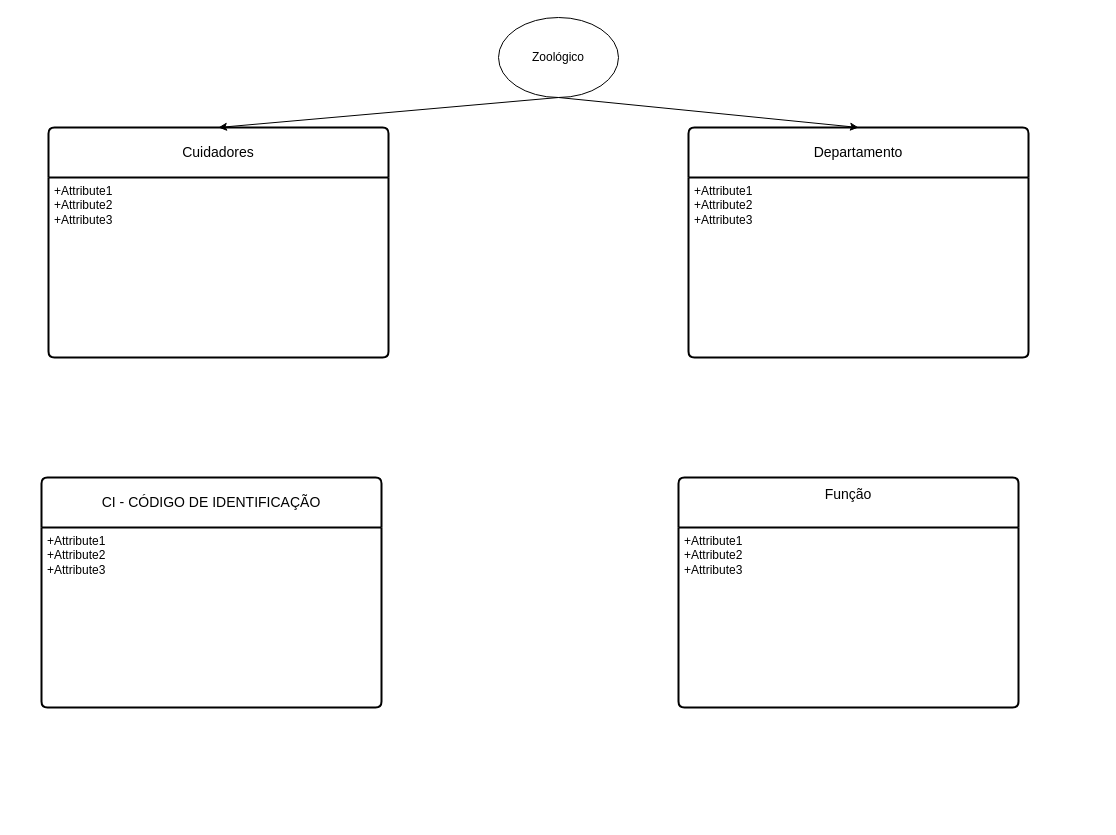
Above: ENIAC-Portifolio.drawio in KaH3050/projeto-faculdade (draw.io), before the change. Source tidied: cells renumbered, new cells numbered last; positions are measured from the earlier drawing's top-left corner, leaving out a move shared by most shapes. Both pictures are drawn from the tidied source at 100%, with x=0, y=0 at pixel (41, 17).
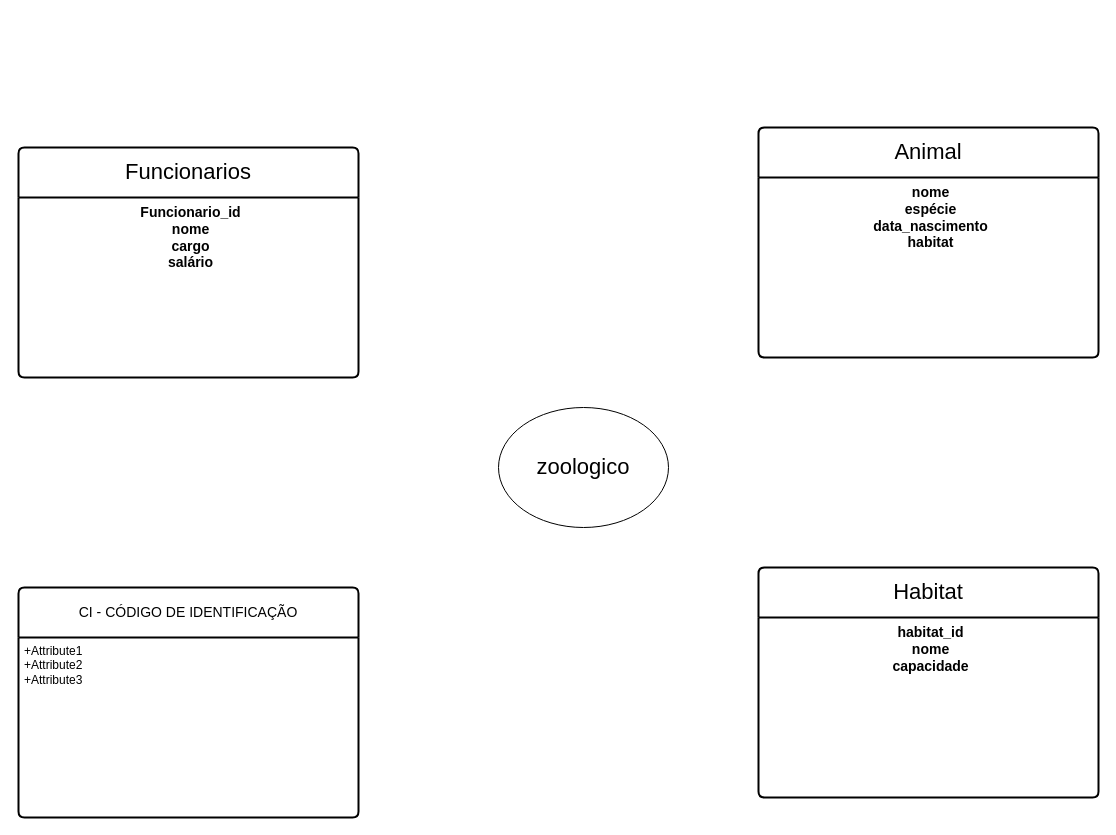
The same diagram, later.

Change to the diagram source:
```diff
@@
 <mxGraphModel>
   <root>
     <mxCell id="0" />
     <mxCell id="1" parent="0" />
     <mxCell id="2" value="CI - CÓDIGO DE IDENTIFICAÇÃO" style="swimlane;horizontal=1;startSize=50;rounded=1;fontSize=14;fontStyle=0;strokeWidth=2;shadow=0;dashed=0;align=center;arcSize=4;whiteSpace=wrap;html=1;" parent="1" vertex="1">
-      <mxGeometry y="460" width="340" height="230" as="geometry" />
+      <mxGeometry x="-23" y="570" width="340" height="230" as="geometry" />
     </mxCell>
     <mxCell id="3" value="+Attribute1&#10;+Attribute2&#10;+Attribute3" style="align=left;strokeColor=none;fillColor=none;spacingLeft=4;fontSize=12;verticalAlign=top;html=1;" parent="2" vertex="1">
       <mxGeometry y="50" width="340" height="180" as="geometry" />
     </mxCell>
-    <mxCell id="4" value="Função&lt;div&gt;&lt;br/&gt;&lt;/div&gt;" style="swimlane;horizontal=1;startSize=50;rounded=1;fontSize=14;fontStyle=0;strokeWidth=2;shadow=0;dashed=0;align=center;arcSize=4;whiteSpace=wrap;html=1;" parent="1" vertex="1">
-      <mxGeometry x="637" y="460" width="340" height="230" as="geometry" />
+    <mxCell id="4" value="&lt;font style=&quot;font-size: 22px;&quot;&gt;Habitat&lt;/font&gt;" style="swimlane;horizontal=1;startSize=50;rounded=1;fontSize=14;fontStyle=0;strokeWidth=2;shadow=0;dashed=0;align=center;arcSize=4;whiteSpace=wrap;html=1;" parent="1" vertex="1">
+      <mxGeometry x="717" y="550" width="340" height="230" as="geometry" />
     </mxCell>
-    <mxCell id="5" value="+Attribute1&#10;+Attribute2&#10;+Attribute3" style="align=left;strokeColor=none;fillColor=none;spacingLeft=4;fontSize=12;verticalAlign=top;html=1;" parent="4" vertex="1">
+    <mxCell id="5" value="&lt;b style=&quot;font-size: 14px;&quot;&gt;habitat_id&lt;br&gt;nome&lt;br&gt;capacidade&lt;/b&gt;" style="align=center;strokeColor=none;fillColor=none;spacingLeft=4;fontSize=12;verticalAlign=top;html=1;" parent="4" vertex="1">
       <mxGeometry y="50" width="340" height="180" as="geometry" />
     </mxCell>
-    <mxCell id="6" value="Cuidadores" style="swimlane;horizontal=1;startSize=50;rounded=1;fontSize=14;fontStyle=0;strokeWidth=2;shadow=0;dashed=0;align=center;arcSize=4;whiteSpace=wrap;html=1;" parent="1" vertex="1">
-      <mxGeometry x="7" y="110" width="340" height="230" as="geometry" />
+    <mxCell id="6" value="&lt;font style=&quot;vertical-align: inherit; font-size: 22px;&quot;&gt;Funcionarios&lt;/font&gt;" style="swimlane;horizontal=1;startSize=50;rounded=1;fontSize=14;fontStyle=0;strokeWidth=2;shadow=0;dashed=0;align=center;arcSize=4;whiteSpace=wrap;html=1;" parent="1" vertex="1">
+      <mxGeometry x="-23" y="130" width="340" height="230" as="geometry" />
     </mxCell>
-    <mxCell id="7" value="+Attribute1&#10;+Attribute2&#10;+Attribute3" style="align=left;strokeColor=none;fillColor=none;spacingLeft=4;fontSize=12;verticalAlign=top;html=1;" parent="6" vertex="1">
+    <mxCell id="7" value="&lt;b style=&quot;font-size: 14px;&quot;&gt;&lt;font style=&quot;vertical-align: inherit; font-size: 14px;&quot;&gt;&lt;font style=&quot;vertical-align: inherit; font-size: 14px;&quot;&gt;&lt;font style=&quot;vertical-align: inherit; font-size: 14px;&quot;&gt;&lt;font style=&quot;vertical-align: inherit; font-size: 14px;&quot;&gt;&lt;font style=&quot;vertical-align: inherit; font-size: 14px;&quot;&gt;&lt;font style=&quot;vertical-align: inherit; font-size: 14px;&quot;&gt;Funcionario_id &lt;/font&gt;&lt;/font&gt;&lt;/font&gt;&lt;/font&gt;&lt;br&gt;&lt;/font&gt;&lt;/font&gt;&lt;font style=&quot;vertical-align: inherit; font-size: 14px;&quot;&gt;&lt;font style=&quot;vertical-align: inherit; font-size: 14px;&quot;&gt;&lt;font style=&quot;vertical-align: inherit; font-size: 14px;&quot;&gt;&lt;font style=&quot;vertical-align: inherit; font-size: 14px;&quot;&gt;&lt;font style=&quot;vertical-align: inherit; font-size: 14px;&quot;&gt;&lt;font style=&quot;vertical-align: inherit; font-size: 14px;&quot;&gt;nome &lt;/font&gt;&lt;/font&gt;&lt;/font&gt;&lt;/font&gt;&lt;br&gt;&lt;/font&gt;&lt;/font&gt;&lt;font style=&quot;vertical-align: inherit; font-size: 14px;&quot;&gt;&lt;font style=&quot;vertical-align: inherit; font-size: 14px;&quot;&gt;&lt;font style=&quot;vertical-align: inherit; font-size: 14px;&quot;&gt;&lt;font style=&quot;vertical-align: inherit; font-size: 14px;&quot;&gt;&lt;font style=&quot;vertical-align: inherit; font-size: 14px;&quot;&gt;&lt;font style=&quot;vertical-align: inherit; font-size: 14px;&quot;&gt;cargo &lt;/font&gt;&lt;/font&gt;&lt;/font&gt;&lt;/font&gt;&lt;br&gt;&lt;div style=&quot;&quot;&gt;&lt;span style=&quot;background-color: initial; color: rgb(0, 0, 0); --darkreader-inline-bgcolor: initial; --darkreader-inline-color: #181a1b;&quot;&gt;&lt;font style=&quot;vertical-align: inherit; font-size: 14px;&quot;&gt;&lt;font style=&quot;vertical-align: inherit; font-size: 14px;&quot;&gt;salário&lt;/font&gt;&lt;/font&gt;&lt;/span&gt;&lt;/div&gt;&lt;/font&gt;&lt;/font&gt;&lt;/b&gt;" style="align=center;strokeColor=none;fillColor=none;spacingLeft=4;fontSize=12;verticalAlign=top;html=1;" parent="6" vertex="1">
       <mxGeometry y="50" width="340" height="180" as="geometry" />
     </mxCell>
-    <mxCell id="8" value="Departamento" style="swimlane;horizontal=1;startSize=50;rounded=1;fontSize=14;fontStyle=0;strokeWidth=2;shadow=0;dashed=0;align=center;arcSize=4;whiteSpace=wrap;html=1;" parent="1" vertex="1">
-      <mxGeometry x="647" y="110" width="340" height="230" as="geometry" />
+    <mxCell id="8" value="&lt;font style=&quot;font-size: 22px;&quot;&gt;Animal&lt;/font&gt;&lt;br&gt;" style="swimlane;horizontal=1;startSize=50;rounded=1;fontSize=14;fontStyle=0;strokeWidth=2;shadow=0;dashed=0;align=center;arcSize=4;whiteSpace=wrap;html=1;" parent="1" vertex="1">
+      <mxGeometry x="717" y="110" width="340" height="230" as="geometry" />
     </mxCell>
-    <mxCell id="9" value="+Attribute1&#10;+Attribute2&#10;+Attribute3" style="align=left;strokeColor=none;fillColor=none;spacingLeft=4;fontSize=12;verticalAlign=top;html=1;" parent="8" vertex="1">
+    <mxCell id="9" value="&lt;font style=&quot;vertical-align: inherit; font-size: 14px;&quot;&gt;&lt;b&gt;nome&lt;br&gt;espécie&lt;br&gt;data_nascimento&lt;br&gt;habitat&lt;br&gt;&lt;/b&gt;&lt;br&gt;&lt;/font&gt;" style="align=center;strokeColor=none;fillColor=none;spacingLeft=4;fontSize=12;verticalAlign=top;html=1;" parent="8" vertex="1">
       <mxGeometry y="50" width="340" height="180" as="geometry" />
     </mxCell>
-    <mxCell id="10" value="Zoológico" style="ellipse;whiteSpace=wrap;html=1;" parent="1" vertex="1">
-      <mxGeometry x="457" width="120" height="80" as="geometry" />
-    </mxCell>
-    <mxCell id="11" style="endArrow=classic;html=1;rounded=0;exitX=0.5;exitY=1;exitDx=0;exitDy=0;entryX=0.5;entryY=0;entryDx=0;entryDy=0;" parent="1" edge="1" source="10" target="6">
-      <mxGeometry relative="1" as="geometry" />
-    </mxCell>
-    <mxCell id="12" style="endArrow=classic;html=1;rounded=0;exitX=0.5;exitY=1;exitDx=0;exitDy=0;entryX=0.5;entryY=0;entryDx=0;entryDy=0;" parent="1" edge="1" source="10" target="8">
-      <mxGeometry relative="1" as="geometry" />
-    </mxCell>
+    <mxCell id="13" value="&lt;font style=&quot;font-size: 22px;&quot;&gt;zoologico&lt;/font&gt;" style="ellipse;whiteSpace=wrap;html=1;" parent="1" vertex="1">
+      <mxGeometry x="457" y="390" width="170" height="120" as="geometry" />
+    </mxCell>
   </root>
 </mxGraphModel>
```
